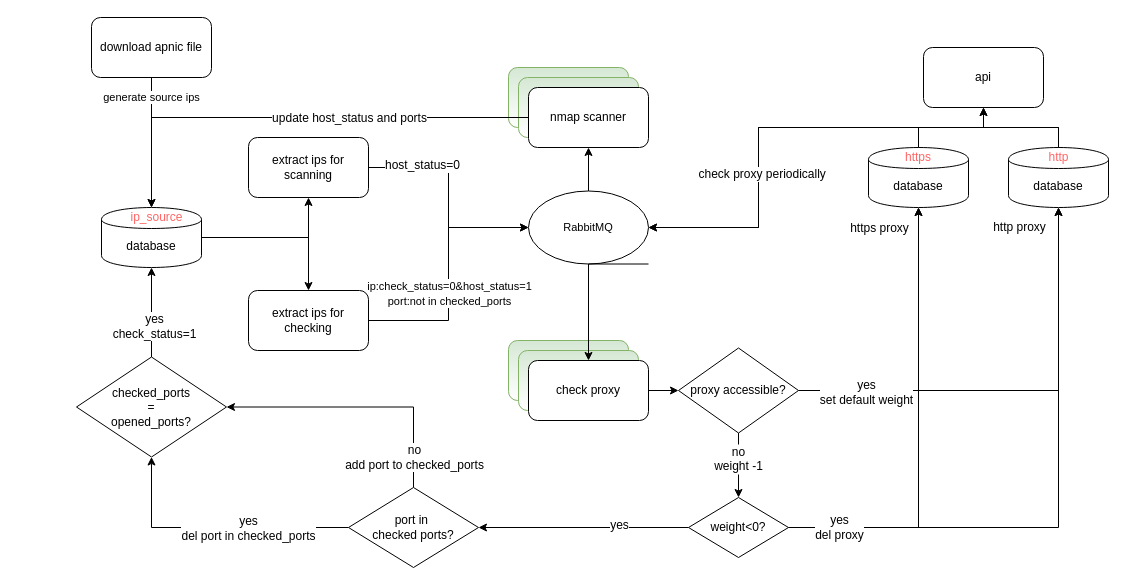
Earlier version of the draw.io diagram proxies_pool.drawio (bjjdkp/Proxies-Pool). Source tidied: cells renumbered, new cells numbered last; positions are measured from the earlier drawing's top-left corner, leaving out a move shared by most shapes. Both pictures are drawn from the tidied source at 100%, with x=0, y=0 at pixel (76, 17).
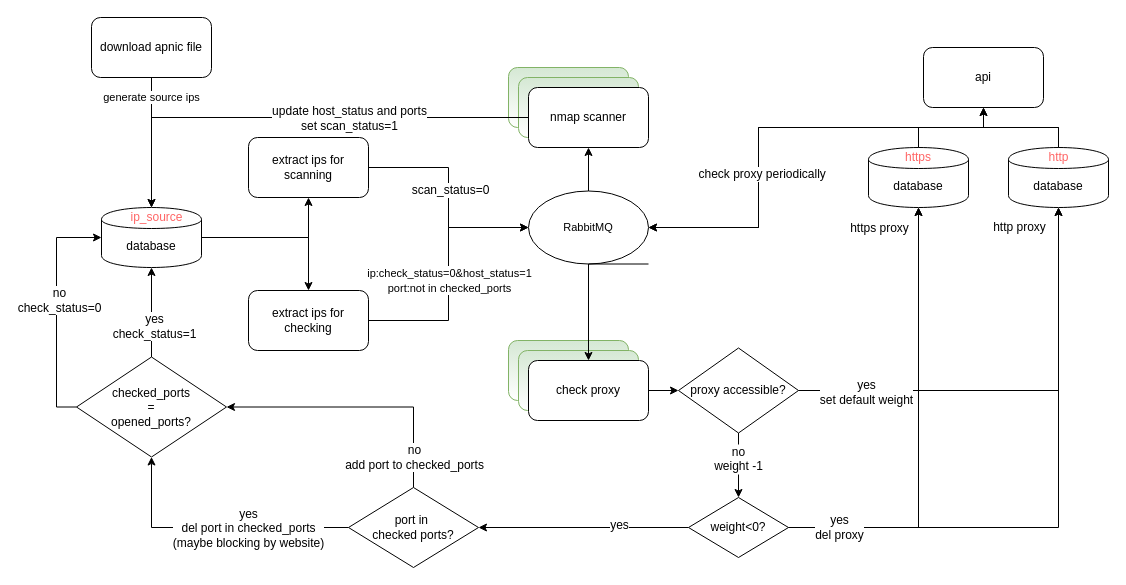
Above is the later version.

Unchanged cells that the change refers to:
```xml
<mxCell id="12" value="database" style="shape=cylinder;whiteSpace=wrap;html=1;boundedLbl=1;backgroundOutline=1;" parent="11" vertex="1">
  <mxGeometry width="100" height="60" as="geometry" />
</mxCell>
<mxCell id="17" style="edgeStyle=orthogonalEdgeStyle;rounded=0;jettySize=auto;html=1;fontColor=#000000;entryX=0;entryY=0.5;entryDx=0;entryDy=0;entryPerimeter=0;" parent="1" edge="1" source="19" target="15">
  <mxGeometry relative="1" as="geometry" />
</mxCell>
<mxCell id="21" style="edgeStyle=orthogonalEdgeStyle;rounded=0;jettySize=auto;html=1;fontColor=#000000;entryX=0;entryY=0.5;entryDx=0;entryDy=0;entryPerimeter=0;" parent="1" edge="1" source="23" target="15">
  <mxGeometry relative="1" as="geometry" />
</mxCell>
<mxCell id="26" value="&lt;span style=&quot;background-color: rgb(255 , 255 , 255)&quot;&gt;checked_ports&lt;br&gt;=&lt;br&gt;opened_ports?&lt;/span&gt;" style="rhombus;whiteSpace=wrap;html=1;rounded=0;shadow=0;glass=0;comic=0;labelBackgroundColor=none;strokeColor=#000000;fillColor=none;gradientColor=none;fontColor=#000000;align=center;" parent="1" vertex="1">
  <mxGeometry y="339.5" width="150" height="100" as="geometry" />
</mxCell>
<mxCell id="35" style="edgeStyle=orthogonalEdgeStyle;rounded=0;jettySize=auto;html=1;fontColor=#000000;" parent="1" edge="1" source="34" target="12">
  <mxGeometry relative="1" as="geometry" />
</mxCell>
<mxCell id="64" style="edgeStyle=orthogonalEdgeStyle;rounded=0;jettySize=auto;html=1;" parent="1" edge="1" source="66" target="26">
  <mxGeometry relative="1" as="geometry" />
</mxCell>
```

Diff of the diagram source:
```diff
@@
-    <mxCell id="18" value="host_status=0" style="text;html=1;align=center;verticalAlign=middle;labelBackgroundColor=#ffffff;fontColor=#000000;" parent="17" vertex="1">
-      <mxGeometry x="-0.52" y="3" relative="1" as="geometry" />
+    <mxCell id="18" value="scan_status=0" style="text;html=1;align=center;verticalAlign=middle;labelBackgroundColor=#ffffff;fontColor=#000000;" parent="17" vertex="1">
+      <mxGeometry x="-0.52" y="3" relative="1" as="geometry">
+        <mxPoint x="28" y="25" as="offset" />
+      </mxGeometry>
     </mxCell>
@@
     <mxCell id="22" value="&lt;span style=&quot;font-size: 11px&quot;&gt;ip:check_status=0&amp;amp;&lt;/span&gt;&lt;span style=&quot;font-size: 11px&quot;&gt;host_status=1&lt;br&gt;port:not in checked_ports&lt;br&gt;&lt;/span&gt;" style="text;html=1;align=center;verticalAlign=middle;labelBackgroundColor=#ffffff;fontColor=#000000;" parent="21" vertex="1">
-      <mxGeometry x="-0.15" relative="1" as="geometry" />
+      <mxGeometry x="-0.15" relative="1" as="geometry">
+        <mxPoint y="-13" as="offset" />
+      </mxGeometry>
     </mxCell>
@@
+    <mxCell id="67" style="edgeStyle=orthogonalEdgeStyle;rounded=0;jettySize=auto;html=1;exitX=0;exitY=0.5;exitDx=0;exitDy=0;entryX=0;entryY=0.5;entryDx=0;entryDy=0;" parent="1" edge="1" source="26" target="12">
+      <mxGeometry relative="1" as="geometry" />
+    </mxCell>
+    <mxCell id="68" value="no&lt;br&gt;check_status=0" style="text;html=1;align=center;verticalAlign=middle;labelBackgroundColor=#ffffff;" parent="67" vertex="1">
+      <mxGeometry x="-0.11" relative="1" as="geometry">
+        <mxPoint x="2" y="-23" as="offset" />
+      </mxGeometry>
+    </mxCell>
@@
-    <mxCell id="36" value="update host_status and ports" style="text;html=1;align=center;verticalAlign=middle;labelBackgroundColor=#ffffff;fontColor=#000000;" parent="35" vertex="1">
+    <mxCell id="36" value="update host_status and ports&lt;br&gt;set scan_status=1" style="text;html=1;align=center;verticalAlign=middle;labelBackgroundColor=#ffffff;fontColor=#000000;" parent="35" vertex="1">
       <mxGeometry x="-0.23" relative="1" as="geometry" />
     </mxCell>
@@
-    <mxCell id="65" value="yes&lt;br&gt;del port in checked_ports" style="text;html=1;align=center;verticalAlign=middle;labelBackgroundColor=#ffffff;" parent="64" vertex="1">
+    <mxCell id="65" value="yes&lt;br&gt;del port in checked_ports&lt;br&gt;(maybe blocking by website)" style="text;html=1;align=center;verticalAlign=middle;labelBackgroundColor=#ffffff;" parent="64" vertex="1">
       <mxGeometry x="-0.21" y="1" relative="1" as="geometry">
         <mxPoint x="5" y="-1" as="offset" />
       </mxGeometry>
     </mxCell>
```
